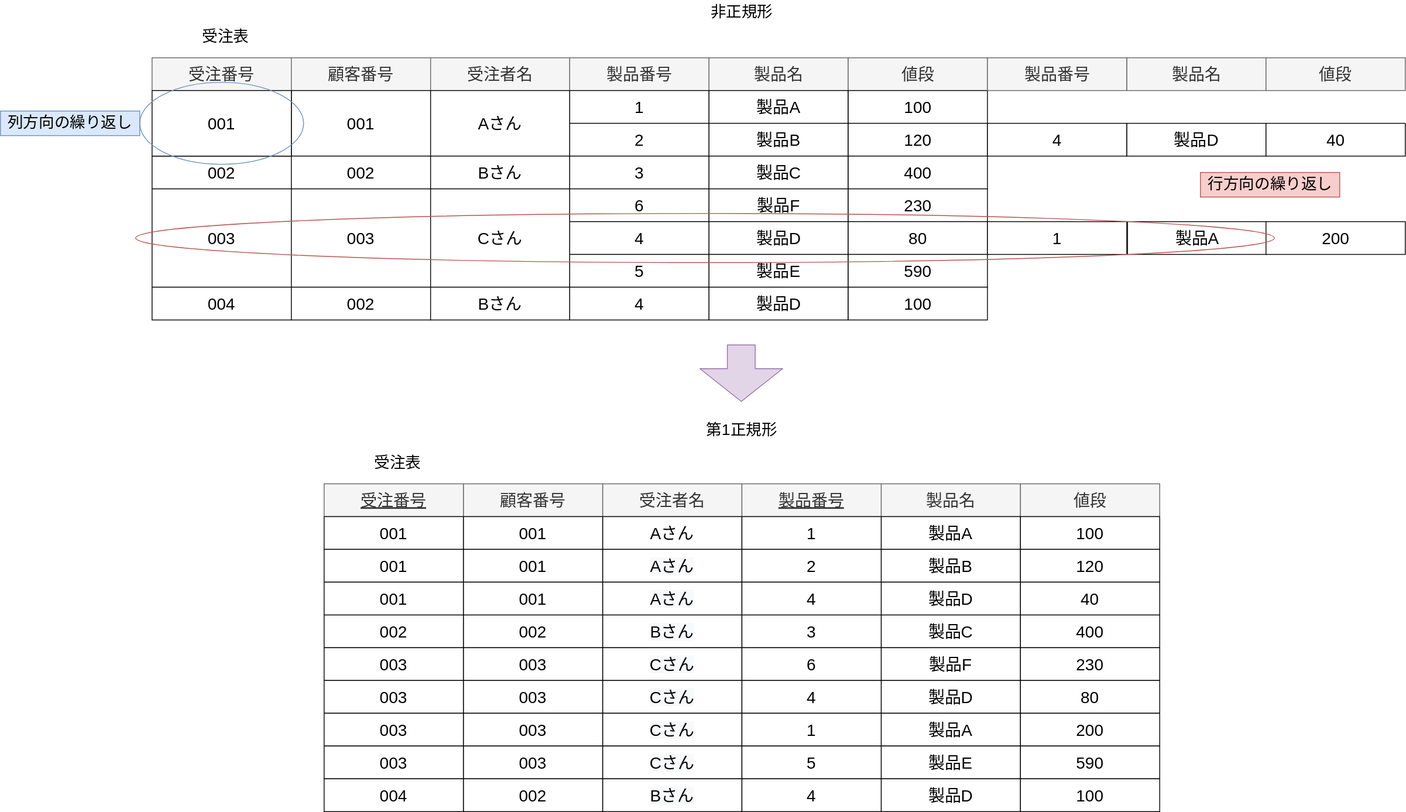
Above: static/img/svg/Database/normalization/normalization-1.drawio.svg in koseki2580/study-docs (draw.io), before the change. Source tidied: cells renumbered, new cells last; positions are measured from the earlier drawing's top-left corner, leaving out a move shared by most shapes.
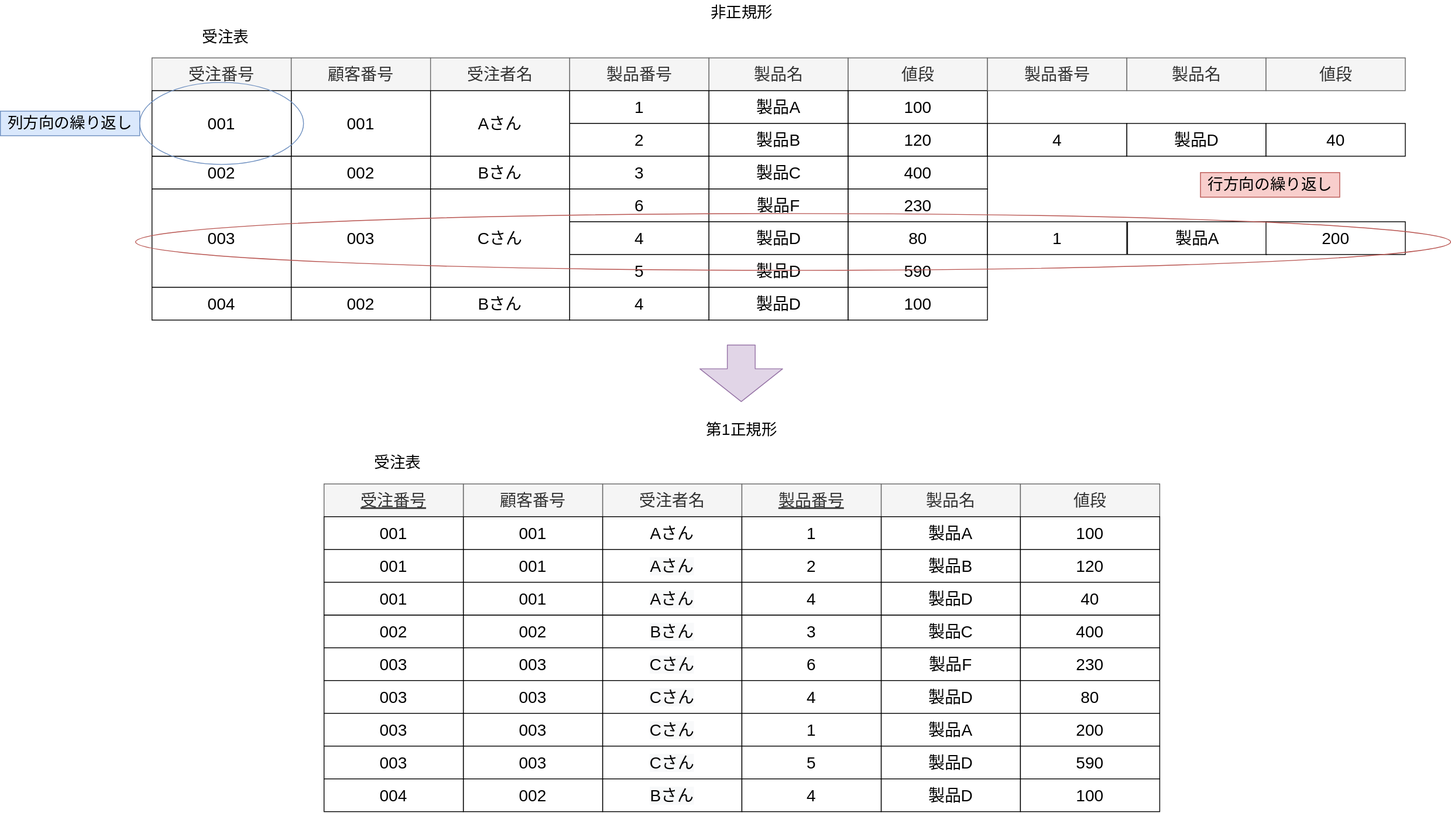
The same diagram one commit later.

What changed in the source:
```diff
@@ -47,7 +47,7 @@
     <mxCell id="16" value="80" style="rounded=0;whiteSpace=wrap;html=1;fontSize=20;" parent="1" vertex="1">
       <mxGeometry x="1034.7" y="270" width="170" height="40" as="geometry" />
     </mxCell>
-    <mxCell id="17" value="製品E" style="rounded=0;whiteSpace=wrap;html=1;fontSize=20;" parent="1" vertex="1">
+    <mxCell id="17" value="製品D" style="rounded=0;whiteSpace=wrap;html=1;fontSize=20;" parent="1" vertex="1">
       <mxGeometry x="864.7" y="310" width="170" height="40" as="geometry" />
     </mxCell>
     <mxCell id="18" value="590" style="rounded=0;whiteSpace=wrap;html=1;fontSize=20;" parent="1" vertex="1">
@@ -161,7 +161,7 @@
     <mxCell id="53" value="&lt;meta charset=&quot;utf-8&quot;&gt;&lt;span style=&quot;color: rgb(0, 0, 0); font-family: helvetica; font-size: 20px; font-style: normal; font-weight: 400; letter-spacing: normal; text-align: center; text-indent: 0px; text-transform: none; word-spacing: 0px; background-color: rgb(248, 249, 250); display: inline; float: none;&quot;&gt;Aさん&lt;/span&gt;" style="rounded=0;whiteSpace=wrap;html=1;fontSize=20;" parent="1" vertex="1">
       <mxGeometry x="735" y="710" width="170" height="40" as="geometry" />
     </mxCell>
-    <mxCell id="54" value="製品E" style="rounded=0;whiteSpace=wrap;html=1;fontSize=20;" parent="1" vertex="1">
+    <mxCell id="54" value="製品D" style="rounded=0;whiteSpace=wrap;html=1;fontSize=20;" parent="1" vertex="1">
       <mxGeometry x="1075" y="910" width="170" height="40" as="geometry" />
     </mxCell>
     <mxCell id="55" value="590" style="rounded=0;whiteSpace=wrap;html=1;fontSize=20;" parent="1" vertex="1">
@@ -324,7 +324,7 @@
       <mxGeometry x="170" y="100" width="200" height="100" as="geometry" />
     </mxCell>
     <mxCell id="108" style="ellipse;whiteSpace=wrap;html=1;fontSize=19;fillColor=none;strokeColor=#b85450;" parent="1" vertex="1">
-      <mxGeometry x="165" y="260" width="1390" height="60" as="geometry" />
+      <mxGeometry x="165" y="260" width="1605" height="69.3" as="geometry" />
     </mxCell>
     <mxCell id="109" value="受注番号" style="rounded=0;whiteSpace=wrap;html=1;fontSize=20;fillColor=#f5f5f5;fontColor=#333333;strokeColor=#666666;fontStyle=4;" parent="1" vertex="1">
       <mxGeometry x="395" y="590" width="170" height="40" as="geometry" />
```
